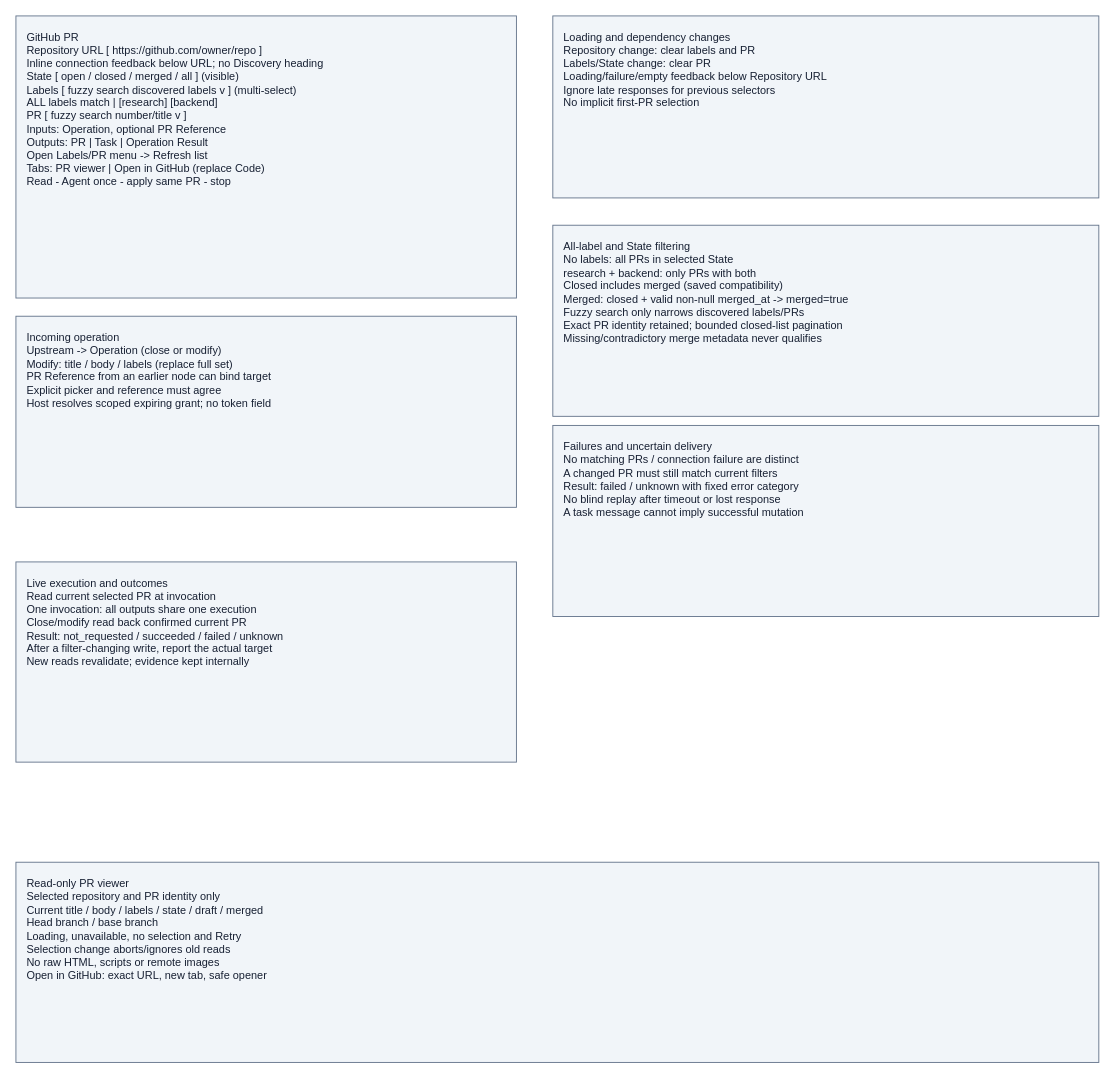
The draw.io diagram page "GitHub PR" (1 of 4) of projects/laomedo/subsystems/issue-integration/design/github-pr-node.drawio in amadou-6e/specs, before the edit. Source tidied: cells renumbered, new cells numbered last; positions are measured from the earlier drawing's top-left corner, leaving out a move shared by most shapes. Both pictures are drawn from the tidied source at 91%, with x=0, y=0 at pixel (15, 15).
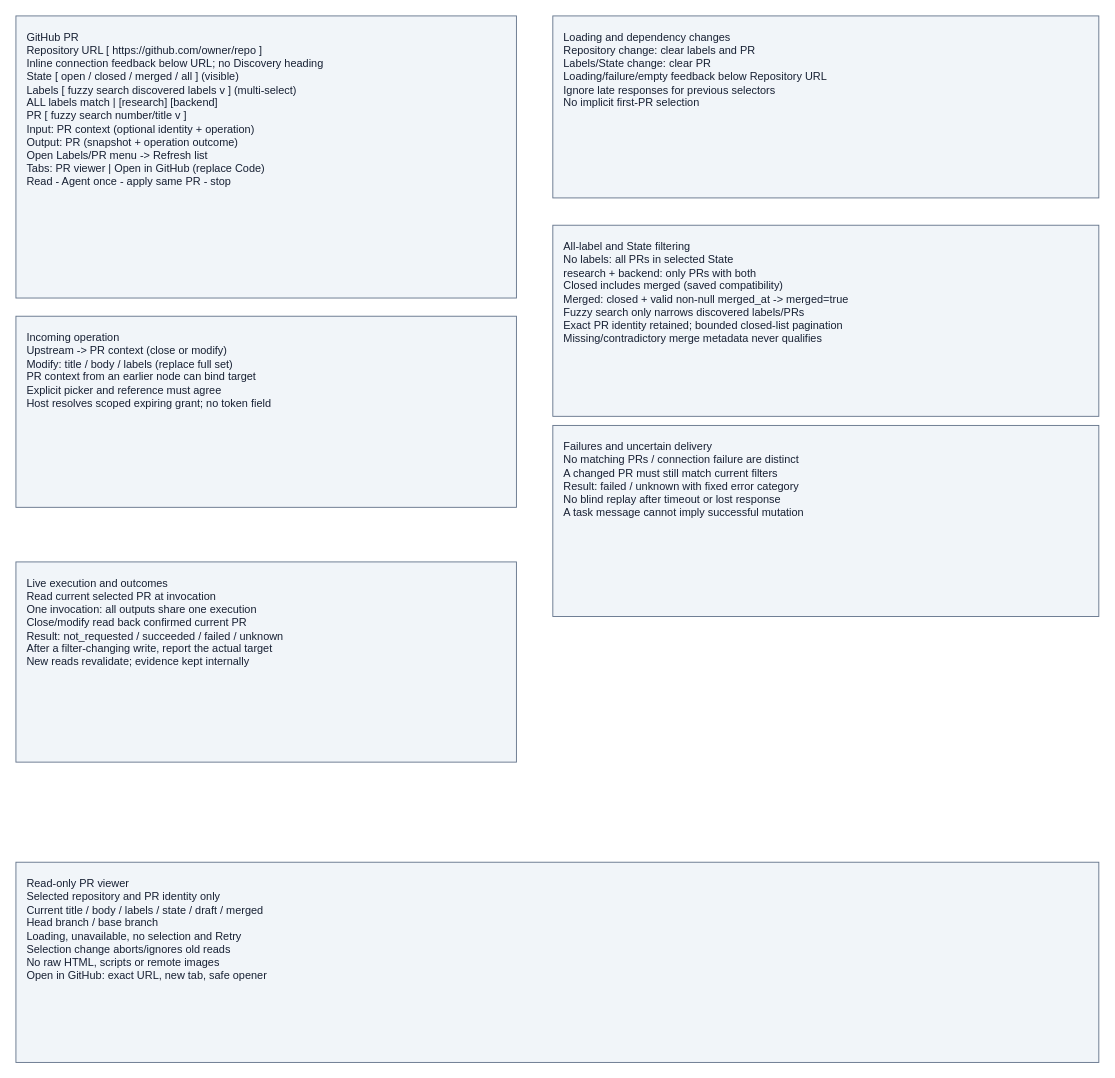
Above is the later version.

Commit message (it also covers changes not shown here):
Specify unified PR context input and output (#416)

Diff of the diagram source:
```diff
@@
 <mxGraphModel>
   <root>
     <mxCell id="0" />
     <mxCell id="1" parent="0" />
-    <mxCell id="2" value="GitHub PR&#10;Repository URL [ https://github.com/owner/repo ]&#10;Inline connection feedback below URL; no Discovery heading&#10;State [ open / closed / merged / all ] (visible)&#10;Labels [ fuzzy search discovered labels v ] (multi-select)&#10;ALL labels match | [research] [backend]&#10;PR [ fuzzy search number/title v ]&#10;Inputs: Operation, optional PR Reference&#10;Outputs: PR | Task | Operation Result&#10;Open Labels/PR menu -&gt; Refresh list&#10;Tabs: PR viewer | Open in GitHub (replace Code)&#10;Read - Agent once - apply same PR - stop" style="rounded=0;whiteSpace=wrap;html=0;align=left;verticalAlign=top;spacing=12;fillColor=#f1f5f9;strokeColor=#64748b;fontColor=#172033;" parent="1" vertex="1">
+    <mxCell id="2" value="GitHub PR&#10;Repository URL [ https://github.com/owner/repo ]&#10;Inline connection feedback below URL; no Discovery heading&#10;State [ open / closed / merged / all ] (visible)&#10;Labels [ fuzzy search discovered labels v ] (multi-select)&#10;ALL labels match | [research] [backend]&#10;PR [ fuzzy search number/title v ]&#10;Input: PR context (optional identity + operation)&#10;Output: PR (snapshot + operation outcome)&#10;Open Labels/PR menu -&gt; Refresh list&#10;Tabs: PR viewer | Open in GitHub (replace Code)&#10;Read - Agent once - apply same PR - stop" style="rounded=0;whiteSpace=wrap;html=0;align=left;verticalAlign=top;spacing=12;fillColor=#f1f5f9;strokeColor=#64748b;fontColor=#172033;" parent="1" vertex="1">
       <mxGeometry width="550" height="310" as="geometry" />
     </mxCell>
     <mxCell id="3" value="Loading and dependency changes&#10;Repository change: clear labels and PR&#10;Labels/State change: clear PR&#10;Loading/failure/empty feedback below Repository URL&#10;Ignore late responses for previous selectors&#10;No implicit first-PR selection" style="rounded=0;whiteSpace=wrap;html=0;align=left;verticalAlign=top;spacing=12;fillColor=#f1f5f9;strokeColor=#64748b;fontColor=#172033;" parent="1" vertex="1">
       <mxGeometry x="590" width="600" height="200" as="geometry" />
     </mxCell>
     <mxCell id="4" value="All-label and State filtering&#10;No labels: all PRs in selected State&#10;research + backend: only PRs with both&#10;Closed includes merged (saved compatibility)&#10;Merged: closed + valid non-null merged_at -&gt; merged=true&#10;Fuzzy search only narrows discovered labels/PRs&#10;Exact PR identity retained; bounded closed-list pagination&#10;Missing/contradictory merge metadata never qualifies" style="rounded=0;whiteSpace=wrap;html=0;align=left;verticalAlign=top;spacing=12;fillColor=#f1f5f9;strokeColor=#64748b;fontColor=#172033;" parent="1" vertex="1">
       <mxGeometry x="590" y="230" width="600" height="210" as="geometry" />
     </mxCell>
-    <mxCell id="5" value="Incoming operation&#10;Upstream -&gt; Operation (close or modify)&#10;Modify: title / body / labels (replace full set)&#10;PR Reference from an earlier node can bind target&#10;Explicit picker and reference must agree&#10;Host resolves scoped expiring grant; no token field" style="rounded=0;whiteSpace=wrap;html=0;align=left;verticalAlign=top;spacing=12;fillColor=#f1f5f9;strokeColor=#64748b;fontColor=#172033;" parent="1" vertex="1">
+    <mxCell id="5" value="Incoming operation&#10;Upstream -&gt; PR context (close or modify)&#10;Modify: title / body / labels (replace full set)&#10;PR context from an earlier node can bind target&#10;Explicit picker and reference must agree&#10;Host resolves scoped expiring grant; no token field" style="rounded=0;whiteSpace=wrap;html=0;align=left;verticalAlign=top;spacing=12;fillColor=#f1f5f9;strokeColor=#64748b;fontColor=#172033;" parent="1" vertex="1">
       <mxGeometry y="330" width="550" height="210" as="geometry" />
     </mxCell>
     <mxCell id="6" value="Failures and uncertain delivery&#10;No matching PRs / connection failure are distinct&#10;A changed PR must still match current filters&#10;Result: failed / unknown with fixed error category&#10;No blind replay after timeout or lost response&#10;A task message cannot imply successful mutation" style="rounded=0;whiteSpace=wrap;html=0;align=left;verticalAlign=top;spacing=12;fillColor=#f1f5f9;strokeColor=#64748b;fontColor=#172033;" parent="1" vertex="1">
       <mxGeometry x="590" y="450" width="600" height="210" as="geometry" />
     </mxCell>
     <mxCell id="7" value="Live execution and outcomes&#10;Read current selected PR at invocation&#10;One invocation: all outputs share one execution&#10;Close/modify read back confirmed current PR&#10;Result: not_requested / succeeded / failed / unknown&#10;After a filter-changing write, report the actual target&#10;New reads revalidate; evidence kept internally" style="rounded=0;whiteSpace=wrap;html=0;align=left;verticalAlign=top;spacing=12;fillColor=#f1f5f9;strokeColor=#64748b;fontColor=#172033;" parent="1" vertex="1">
       <mxGeometry y="600" width="550" height="220" as="geometry" />
     </mxCell>
     <mxCell id="8" value="Read-only PR viewer&#10;Selected repository and PR identity only&#10;Current title / body / labels / state / draft / merged&#10;Head branch / base branch&#10;Loading, unavailable, no selection and Retry&#10;Selection change aborts/ignores old reads&#10;No raw HTML, scripts or remote images&#10;Open in GitHub: exact URL, new tab, safe opener" style="rounded=0;whiteSpace=wrap;html=0;align=left;verticalAlign=top;spacing=12;fillColor=#f1f5f9;strokeColor=#64748b;fontColor=#172033;" parent="1" vertex="1">
       <mxGeometry y="930" width="1190" height="220" as="geometry" />
     </mxCell>
   </root>
 </mxGraphModel>
```
